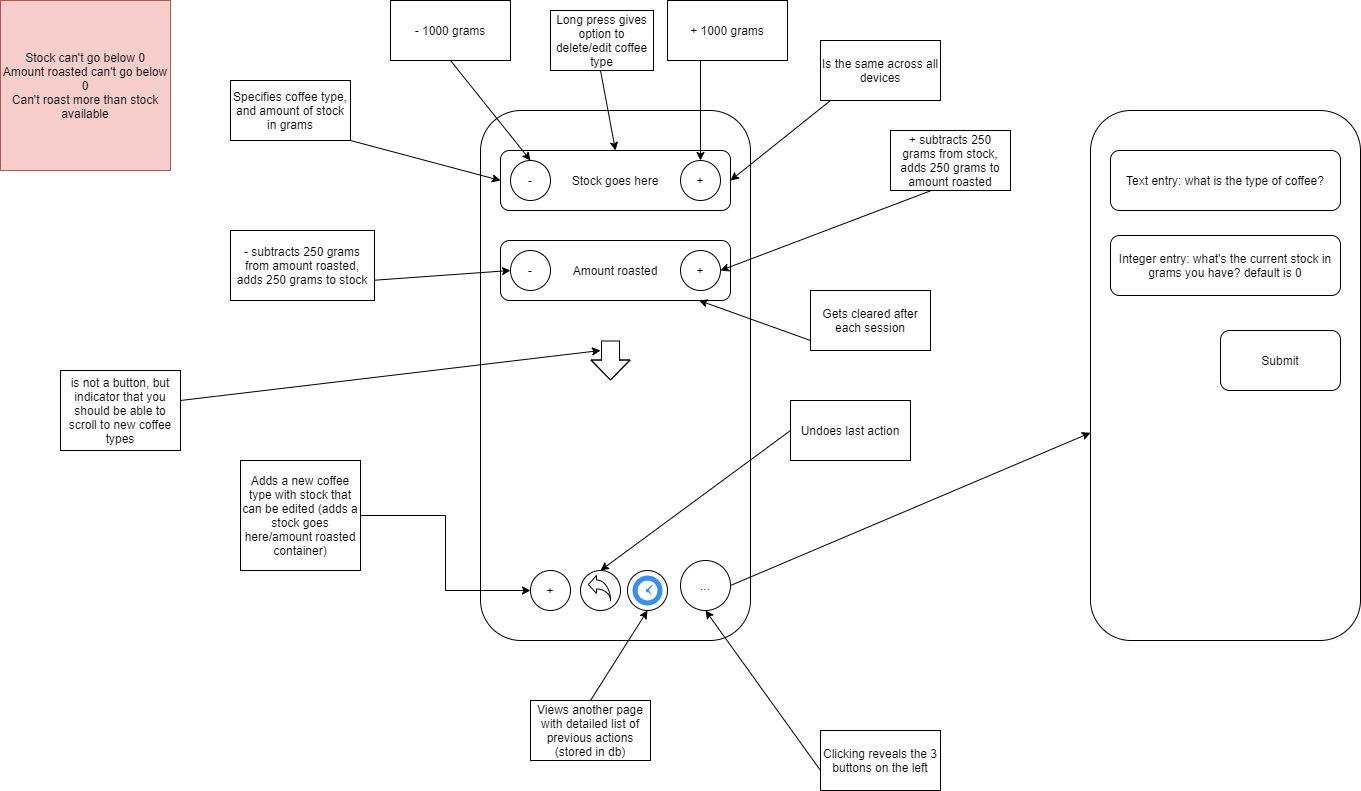
Zeus5452/coffeestock keeps this draw.io diagram as Design.png. Above is the earlier version. Source tidied: cells renumbered, new cells last; positions are measured from the earlier drawing's top-left corner, leaving out a move shared by most shapes.
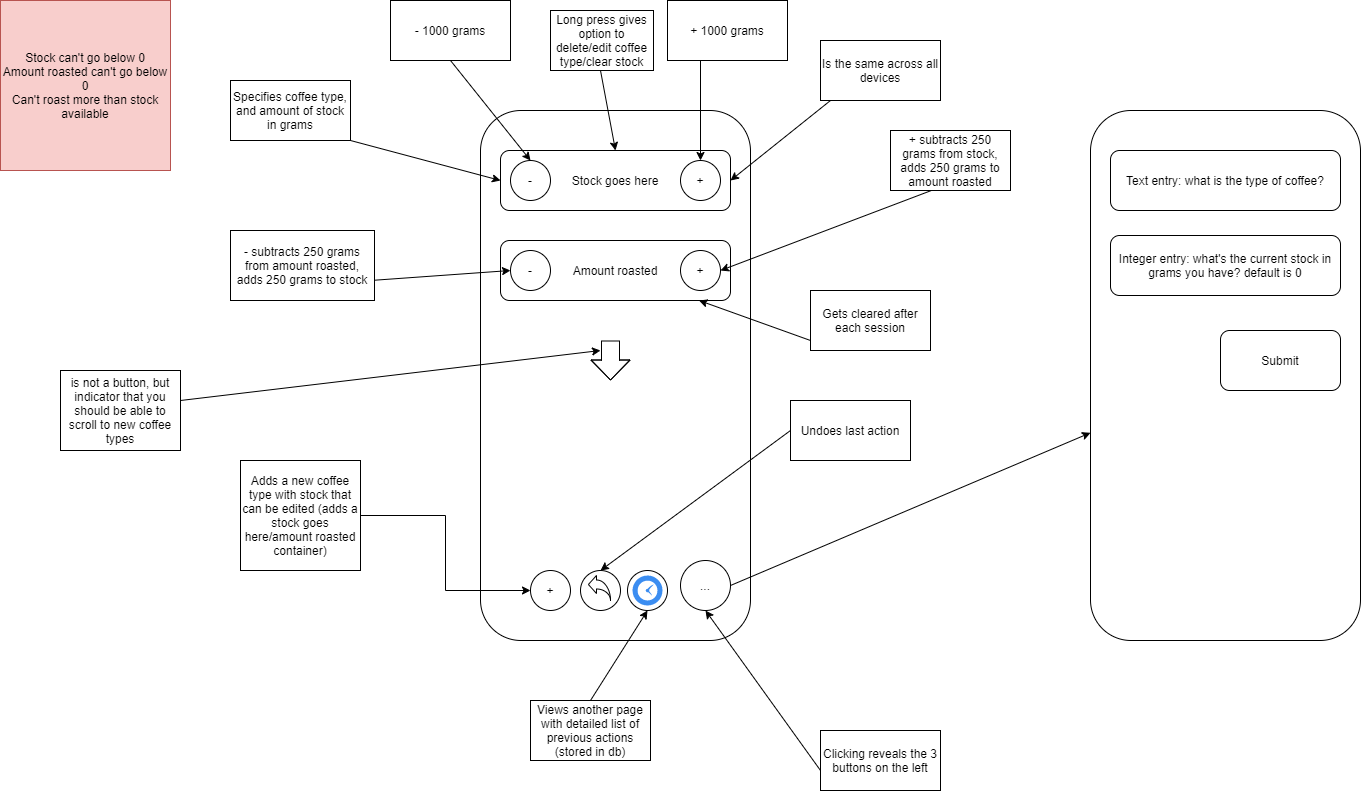
Later version of the same file.

The edit, as a diff of the source:
```diff
@@ -91,7 +91,7 @@
         <mxPoint x="600" y="70" as="sourcePoint" />
       </mxGeometry>
     </mxCell>
-    <mxCell id="26" value="Long press gives option to delete/edit coffee type" style="rounded=0;whiteSpace=wrap;html=1;" parent="1" vertex="1">
+    <mxCell id="26" value="Long press gives option to delete/edit coffee type/clear stock" style="rounded=0;whiteSpace=wrap;html=1;" parent="1" vertex="1">
       <mxGeometry x="550" y="10" width="103" height="60" as="geometry" />
     </mxCell>
     <mxCell id="27" value="Stock can't go below 0&lt;br&gt;Amount roasted can't go below 0&lt;br&gt;Can't roast more than stock available" style="whiteSpace=wrap;html=1;fillColor=#f8cecc;strokeColor=#b85450;" parent="1" vertex="1">
```
